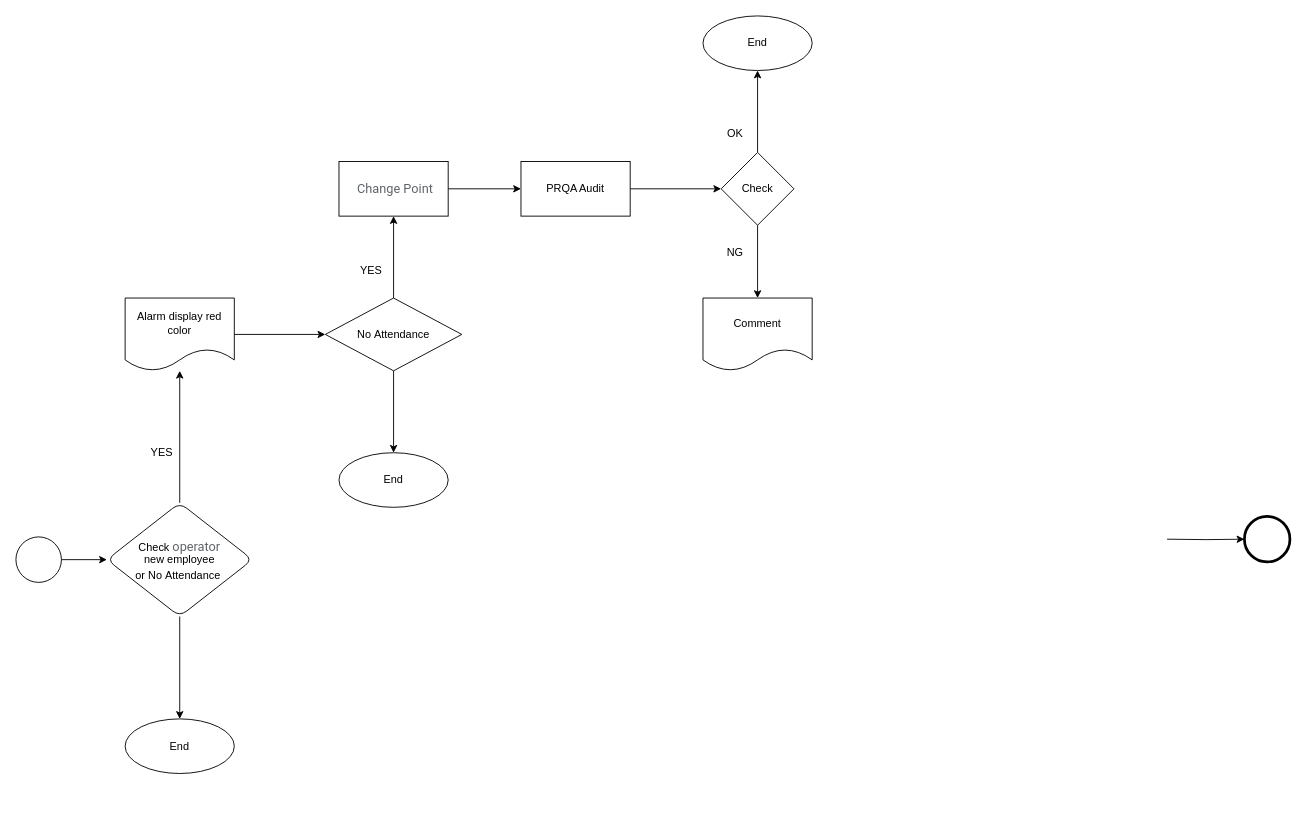
Earlier version of the draw.io diagram แบบแผนที่ยังไม่ได้ตั้งชื่อ.drawio (NUCHCHA519/online2022-). Source tidied: cells renumbered, new cells numbered last; positions are measured from the earlier drawing's top-left corner, leaving out a move shared by most shapes. Both pictures are drawn from the tidied source at 91%, with x=0, y=0 at pixel (15, 15).
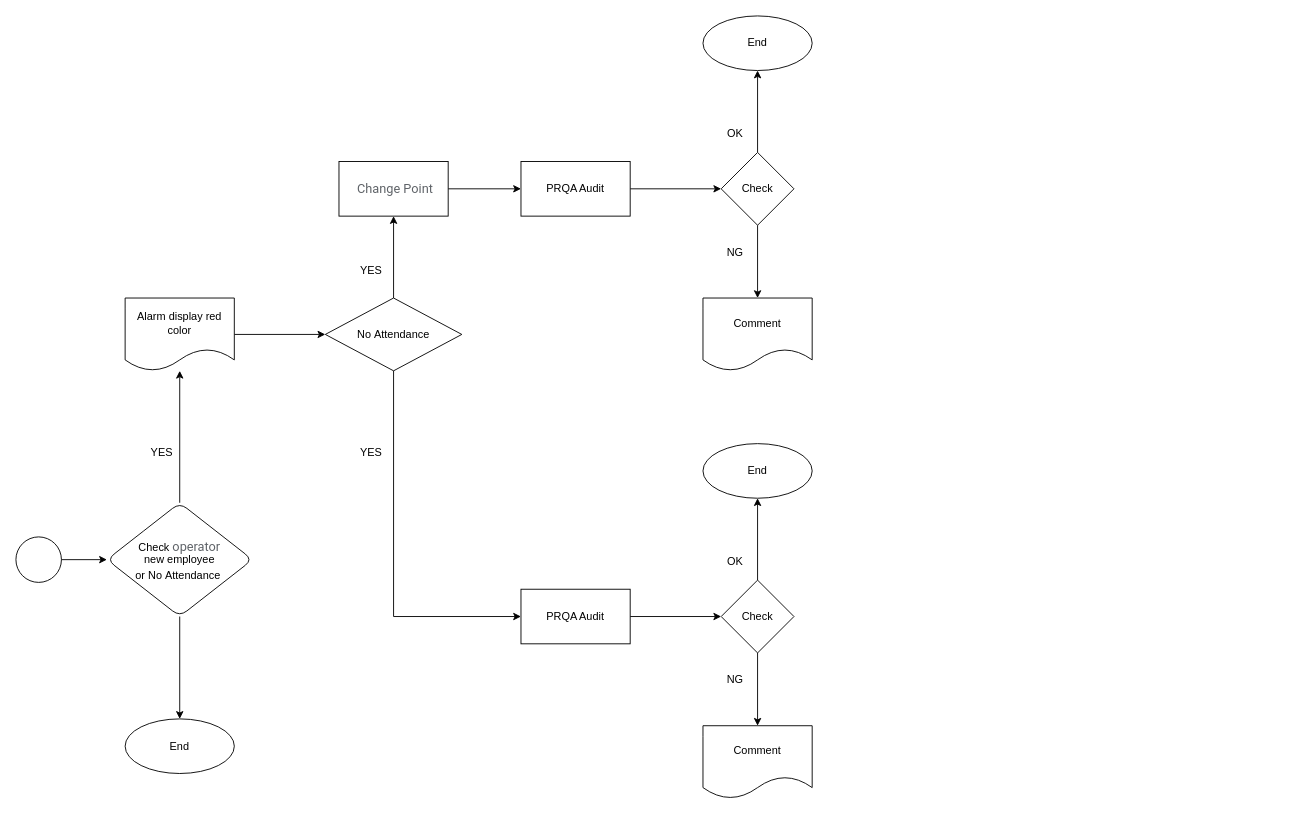
Above is the later version.

The change refers to these unchanged cells:
```xml
<mxCell id="14" value="No&amp;nbsp;Attendance" style="rhombus;whiteSpace=wrap;html=1;" parent="1" vertex="1">
  <mxGeometry x="340" y="310" width="150" height="80" as="geometry" />
</mxCell>
```

The edit, as a diff of the source:
```diff
@@
-    <mxCell id="3" style="shape=mxgraph.bpmn.shape;html=1;verticalLabelPosition=bottom;labelBackgroundColor=#ffffff;verticalAlign=top;perimeter=ellipsePerimeter;outline=end;symbol=general;" parent="1" vertex="1">
-      <mxGeometry x="1350" y="550" width="50" height="50" as="geometry" />
-    </mxCell>
@@
-    <mxCell id="5" style="edgeStyle=orthogonalEdgeStyle;rounded=0;html=1;jettySize=auto;" parent="1" edge="1" target="3">
-      <mxGeometry relative="1" as="geometry">
-        <mxPoint x="1265" y="575" as="sourcePoint" />
-      </mxGeometry>
-    </mxCell>
@@
-    <mxCell id="13" style="edgeStyle=orthogonalEdgeStyle;rounded=0;jettySize=auto;html=1;" parent="1" edge="1" source="14" target="24">
-      <mxGeometry relative="1" as="geometry" />
-    </mxCell>
@@
-    <mxCell id="24" value="End" style="ellipse;whiteSpace=wrap;html=1;" parent="1" vertex="1">
-      <mxGeometry x="355" y="480" width="120" height="60" as="geometry" />
-    </mxCell>
+    <mxCell id="29" style="edgeStyle=orthogonalEdgeStyle;rounded=0;jettySize=auto;html=1;entryX=0;entryY=0.5;entryDx=0;entryDy=0;exitX=0.5;exitY=1;exitDx=0;exitDy=0;" parent="1" edge="1" source="14" target="31">
+      <mxGeometry relative="1" as="geometry" />
+    </mxCell>
@@
+    <mxCell id="30" style="edgeStyle=orthogonalEdgeStyle;rounded=0;jettySize=auto;html=1;" parent="1" edge="1" source="31" target="34">
+      <mxGeometry relative="1" as="geometry" />
+    </mxCell>
+    <mxCell id="31" value="PRQA Audit" style="whiteSpace=wrap;html=1;" parent="1" vertex="1">
+      <mxGeometry x="555" y="630" width="120" height="60" as="geometry" />
+    </mxCell>
+    <mxCell id="32" style="edgeStyle=orthogonalEdgeStyle;rounded=0;jettySize=auto;html=1;" parent="1" edge="1" source="34" target="24">
+      <mxGeometry relative="1" as="geometry" />
+    </mxCell>
+    <mxCell id="33" style="edgeStyle=orthogonalEdgeStyle;rounded=0;jettySize=auto;html=1;" parent="1" edge="1" source="34" target="35">
+      <mxGeometry relative="1" as="geometry" />
+    </mxCell>
+    <mxCell id="34" value="Check" style="rhombus;whiteSpace=wrap;html=1;" parent="1" vertex="1">
+      <mxGeometry x="775" y="620" width="80" height="80" as="geometry" />
+    </mxCell>
+    <mxCell id="24" value="End" style="ellipse;whiteSpace=wrap;html=1;" parent="1" vertex="1">
+      <mxGeometry x="755" y="470" width="120" height="60" as="geometry" />
+    </mxCell>
+    <mxCell id="35" value="Comment" style="shape=document;whiteSpace=wrap;html=1;boundedLbl=1;" parent="1" vertex="1">
+      <mxGeometry x="755" y="780" width="120" height="80" as="geometry" />
+    </mxCell>
+    <mxCell id="36" value="OK" style="text;html=1;align=center;verticalAlign=middle;fillColor=none;strokeColor=none;rounded=0;" parent="1" vertex="1">
+      <mxGeometry x="775" y="590" width="30" height="20" as="geometry" />
+    </mxCell>
+    <mxCell id="37" value="NG" style="text;html=1;align=center;verticalAlign=middle;fillColor=none;strokeColor=none;rounded=0;" parent="1" vertex="1">
+      <mxGeometry x="775" y="720" width="30" height="20" as="geometry" />
+    </mxCell>
+    <mxCell id="38" value="YES" style="text;html=1;align=center;verticalAlign=middle;fillColor=none;strokeColor=none;rounded=0;" parent="1" vertex="1">
+      <mxGeometry x="370" y="470" width="40" height="20" as="geometry" />
+    </mxCell>
```
